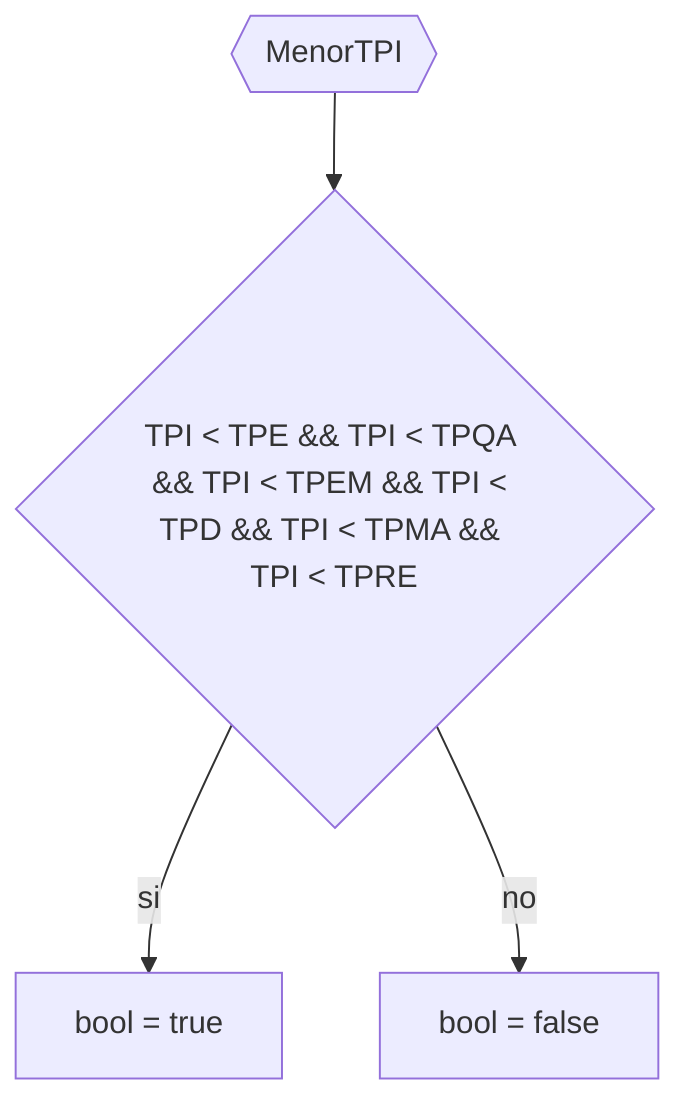
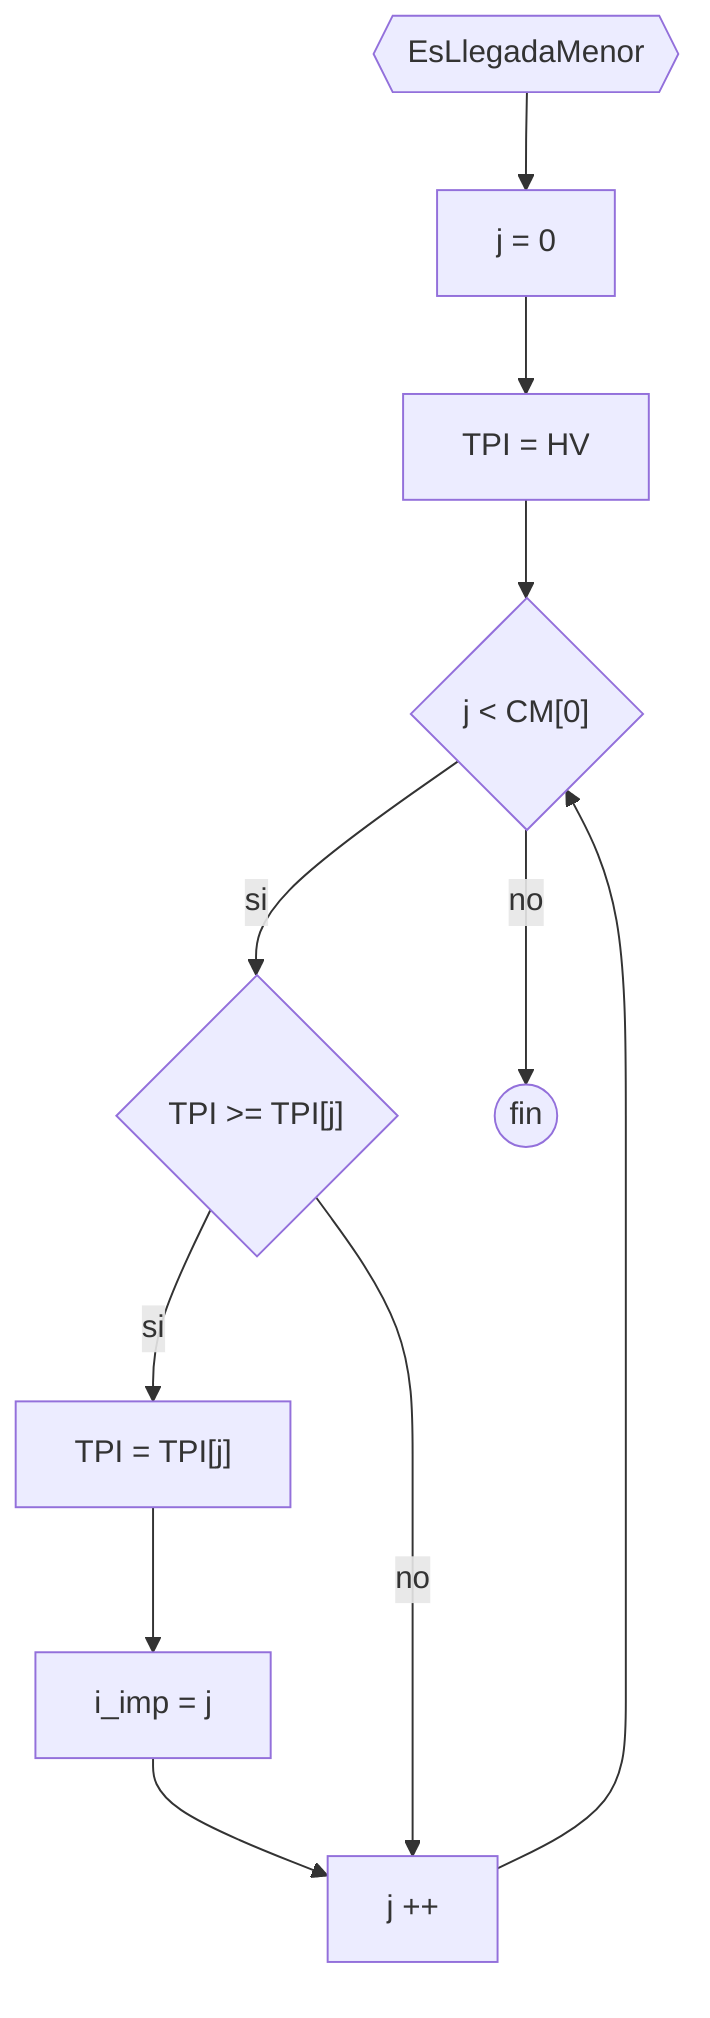
flowchart TD
-     aa{{MenorTPI}} --> if0{"TPI < TPE && TPI < TPQA && TPI < TPEM && TPI < TPD && TPI < TPMA && TPI < TPRE"}
-     if0 --> |si| a[bool = true]
-     if0 --> |no| a1[bool = false]
+     aa{{EsLlegadaMenor}} --> bb[j = 0] --> tpi[TPI = HV] --> iff{"j < CM[0]"}
+     iff --> |si| if1{"TPI >= TPI[j]"}
+     if1 --> |si| a1["TPI = TPI[j]"] --> a2[i_imp = j] --> cc[j ++] --> iff
+     if1 --> |no| cc
+     iff --> |no| a4((fin))

- %% TODOS los menor EsMenorTPx es lo mismo

+ 
